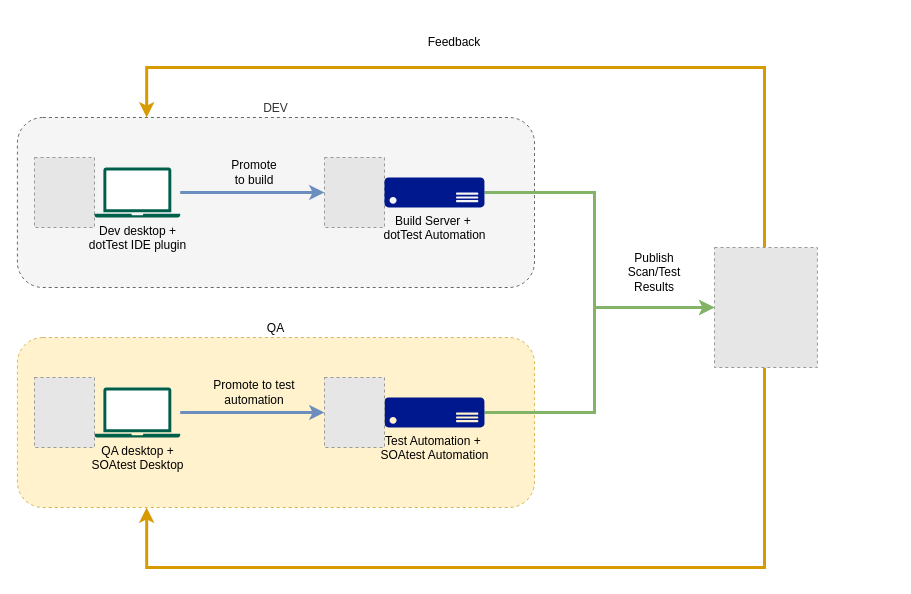
Above: dottest+soatest.drawio in gtrofimov/draw-io-projects (draw.io), before the change. Source tidied: cells renumbered, new cells numbered last; positions are measured from the earlier drawing's top-left corner, leaving out a move shared by most shapes. Both pictures are drawn from the tidied source at 100%, with x=0, y=0 at pixel (17, 17). Pictures stored in the file or linked from it are replaced by grey dashed boxes.
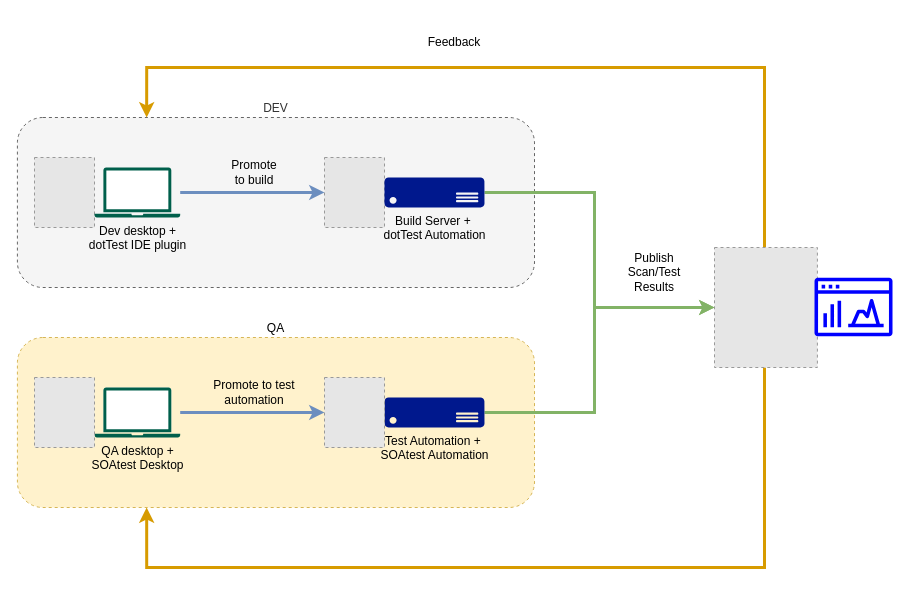
The same page after the edit.

The edit, as a diff of the source:
```diff
@@
+    <mxCell id="23" style="sketch=0;fillColor=#0000FF;strokeColor=#6c8ebf;dashed=0;verticalLabelPosition=bottom;verticalAlign=top;align=center;html=1;fontSize=12;fontStyle=0;shape=mxgraph.aws4.opensearch_dashboards;" parent="1" vertex="1">
+      <mxGeometry x="797" y="260" width="78" height="59" as="geometry" />
+    </mxCell>
```
